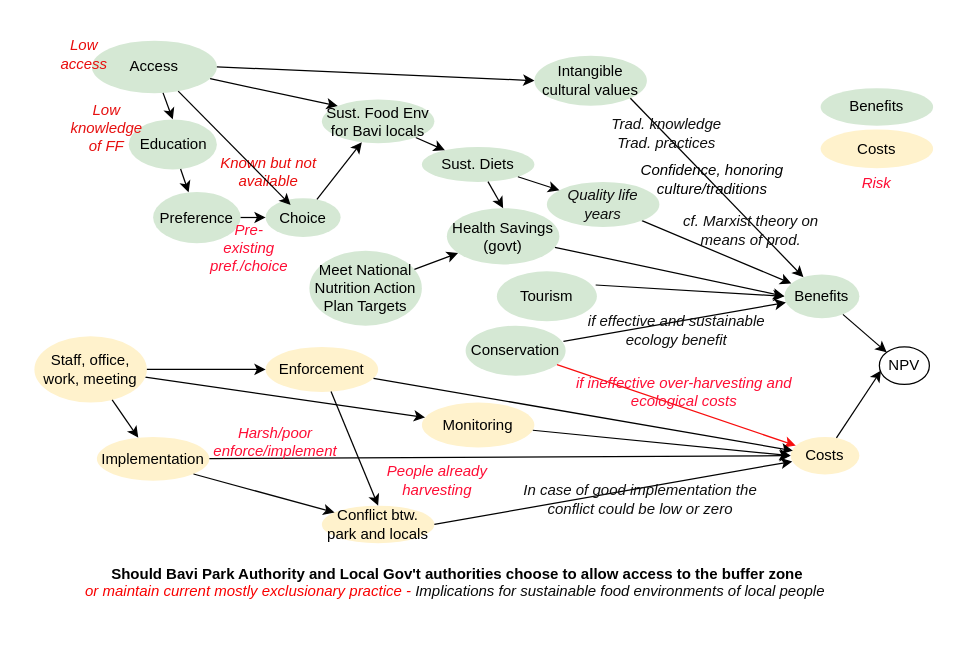
CWWhitney/bavi-forest-access keeps this draw.io diagram as Untitled Diagram.drawio. Above is the earlier version. Source tidied: cells renumbered, new cells numbered last; positions are measured from the earlier drawing's top-left corner, leaving out a move shared by most shapes. Both pictures are drawn from the tidied source at 125%, with x=0, y=0 at pixel (34, 40).
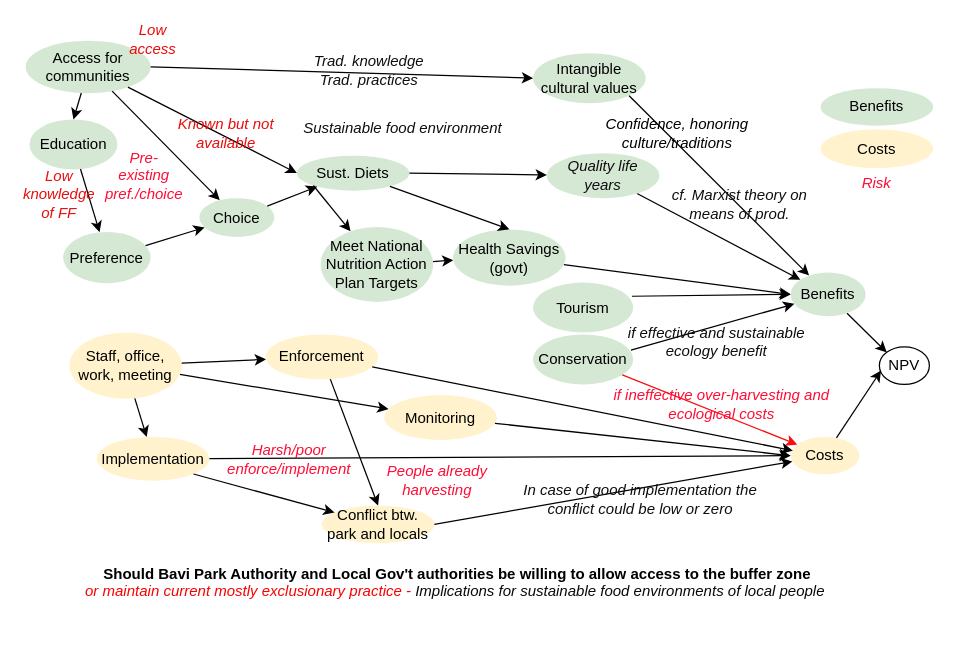
Above is the later version.

The edit, as a diff of the source:
```diff
@@
     <mxCell id="2" value="Conservation" style="ellipse;whiteSpace=wrap;html=1;fillColor=#d5e8d4;strokeColor=none;" parent="1" vertex="1">
-      <mxGeometry x="345" y="228" width="80" height="40" as="geometry" />
+      <mxGeometry x="399" y="235" width="80" height="40" as="geometry" />
     </mxCell>
@@
     <mxCell id="4" value="Sust. Diets" style="ellipse;whiteSpace=wrap;html=1;fillColor=#d5e8d4;strokeColor=none;" parent="1" vertex="1">
-      <mxGeometry x="310" y="85" width="90" height="28" as="geometry" />
+      <mxGeometry x="210" y="92" width="90" height="28" as="geometry" />
     </mxCell>
-    <mxCell id="5" style="rounded=0;jettySize=auto;html=1;" parent="1" edge="1" source="6" target="4">
-      <mxGeometry relative="1" as="geometry" />
-    </mxCell>
-    <mxCell id="6" value="Sust. Food Env for Bavi locals" style="ellipse;whiteSpace=wrap;html=1;fillColor=#d5e8d4;strokeColor=none;" parent="1" vertex="1">
-      <mxGeometry x="230" y="47" width="90" height="35" as="geometry" />
-    </mxCell>
+    <mxCell id="66" style="rounded=0;jettySize=auto;html=1;exitX=0;exitY=1;exitDx=0;exitDy=0;" parent="1" edge="1" source="4" target="24">
+      <mxGeometry relative="1" as="geometry" />
+    </mxCell>
@@
     <mxCell id="8" value="&lt;span style=&quot;color: rgb(15, 15, 15); font-style: italic;&quot;&gt;Quality life years&lt;/span&gt;" style="ellipse;whiteSpace=wrap;html=1;fillColor=#d5e8d4;strokeColor=none;" parent="1" vertex="1">
-      <mxGeometry x="410" y="113" width="90" height="36" as="geometry" />
+      <mxGeometry x="410" y="90" width="90" height="36" as="geometry" />
     </mxCell>
@@
     <mxCell id="10" value="Health Savings (govt)" style="ellipse;whiteSpace=wrap;html=1;fillColor=#d5e8d4;strokeColor=none;" parent="1" vertex="1">
-      <mxGeometry x="330" y="134" width="90" height="45" as="geometry" />
+      <mxGeometry x="335" y="151" width="90" height="45" as="geometry" />
     </mxCell>
@@
-    <mxCell id="12" value="Access" style="ellipse;whiteSpace=wrap;html=1;fillColor=#d5e8d4;strokeColor=none;" parent="1" vertex="1">
-      <mxGeometry x="46" width="100" height="42" as="geometry" />
+    <mxCell id="12" value="Access for communities" style="ellipse;whiteSpace=wrap;html=1;fillColor=#d5e8d4;strokeColor=none;" parent="1" vertex="1">
+      <mxGeometry x="-7" width="100" height="42" as="geometry" />
     </mxCell>
     <mxCell id="13" value="Choice" style="ellipse;whiteSpace=wrap;html=1;fillColor=#d5e8d4;strokeColor=none;" parent="1" vertex="1">
-      <mxGeometry x="185" y="126" width="60" height="31" as="geometry" />
+      <mxGeometry x="132" y="126" width="60" height="31" as="geometry" />
     </mxCell>
     <mxCell id="14" value="Preference" style="ellipse;whiteSpace=wrap;html=1;fillColor=#d5e8d4;strokeColor=none;" parent="1" vertex="1">
-      <mxGeometry x="95" y="121" width="70" height="41" as="geometry" />
+      <mxGeometry x="23" y="153" width="70" height="41" as="geometry" />
     </mxCell>
@@
     <mxCell id="18" value="Benefits" style="ellipse;whiteSpace=wrap;html=1;fillColor=#d5e8d4;strokeColor=none;" parent="1" vertex="1">
-      <mxGeometry x="600" y="187" width="60" height="35" as="geometry" />
+      <mxGeometry x="605" y="185.5" width="60" height="35" as="geometry" />
     </mxCell>
-    <mxCell id="19" style="rounded=0;jettySize=auto;html=1;exitX=1;exitY=1;exitDx=0;exitDy=0;" parent="1" edge="1" source="4" target="8">
+    <mxCell id="19" style="rounded=0;jettySize=auto;html=1;exitX=1;exitY=0.5;exitDx=0;exitDy=0;" parent="1" edge="1" source="4" target="8">
       <mxGeometry relative="1" as="geometry" />
     </mxCell>
@@
-    <mxCell id="21" style="rounded=0;jettySize=auto;html=1;" parent="1" edge="1" source="13" target="6">
+    <mxCell id="21" style="rounded=0;jettySize=auto;html=1;" parent="1" edge="1" source="13" target="4">
       <mxGeometry relative="1" as="geometry" />
     </mxCell>
-    <mxCell id="22" style="rounded=0;jettySize=auto;html=1;entryX=0;entryY=0;entryDx=0;entryDy=0;" parent="1" edge="1" source="12" target="6">
+    <mxCell id="22" style="rounded=0;jettySize=auto;html=1;entryX=0;entryY=0.5;entryDx=0;entryDy=0;" parent="1" edge="1" source="12" target="4">
       <mxGeometry relative="1" as="geometry" />
     </mxCell>
@@
     <mxCell id="24" value="Meet National Nutrition Action Plan Targets" style="ellipse;whiteSpace=wrap;html=1;fillColor=#d5e8d4;strokeColor=none;" parent="1" vertex="1">
-      <mxGeometry x="220" y="168" width="90" height="60" as="geometry" />
+      <mxGeometry x="229" y="149" width="90" height="60" as="geometry" />
     </mxCell>
@@
-    <mxCell id="26" value="&lt;b&gt;Should Bavi Park Authority and Local Gov't authorities choose to allow access to the buffer zone&lt;/b&gt;&lt;br&gt;&lt;i&gt;&lt;font color=&quot;#f90101&quot;&gt;or maintain current mostly exclusionary practice - &lt;/font&gt;&lt;font color=&quot;#0a0a0a&quot;&gt;Implications for sustainable food environments of local people&lt;/font&gt;&lt;font color=&quot;#f90101&quot;&gt;&amp;nbsp;&lt;/font&gt;&lt;/i&gt;&lt;i style=&quot;&quot;&gt;&lt;br&gt;&lt;/i&gt;&lt;div&gt;&lt;br&gt;&lt;/div&gt;" style="text;html=1;align=center;verticalAlign=middle;strokeColor=none;fillColor=none;" parent="1" vertex="1">
+    <mxCell id="26" value="&lt;b&gt;Should Bavi Park Authority and Local Gov't authorities be willing to allow access to the buffer zone&lt;/b&gt;&lt;br&gt;&lt;i&gt;&lt;font color=&quot;#f90101&quot;&gt;or maintain current mostly exclusionary practice - &lt;/font&gt;&lt;font color=&quot;#0a0a0a&quot;&gt;Implications for sustainable food environments of local people&lt;/font&gt;&lt;font color=&quot;#f90101&quot;&gt;&amp;nbsp;&lt;/font&gt;&lt;/i&gt;&lt;i style=&quot;&quot;&gt;&lt;br&gt;&lt;/i&gt;&lt;div&gt;&lt;br&gt;&lt;/div&gt;" style="text;html=1;align=center;verticalAlign=middle;strokeColor=none;fillColor=none;" parent="1" vertex="1">
       <mxGeometry x="28" y="411" width="620" height="60" as="geometry" />
     </mxCell>
     <mxCell id="27" value="Low access" style="text;html=1;align=center;verticalAlign=middle;whiteSpace=wrap;rounded=0;fontFamily=Helvetica;fontSize=12;fontStyle=2;fontColor=#e90c0c;" parent="1" vertex="1">
-      <mxGeometry x="9.5" width="60" height="22" as="geometry" />
+      <mxGeometry x="65" y="-12" width="60" height="22" as="geometry" />
     </mxCell>
     <mxCell id="28" value="Pre-existing pref./choice" style="text;html=1;align=center;verticalAlign=middle;whiteSpace=wrap;rounded=0;fontColor=#FF0D35;fontStyle=2;" parent="1" vertex="1">
-      <mxGeometry x="142" y="146" width="60" height="40" as="geometry" />
+      <mxGeometry x="58" y="88" width="60" height="40" as="geometry" />
     </mxCell>
     <mxCell id="29" value="Intangible cultural values" style="ellipse;whiteSpace=wrap;html=1;fillColor=#d5e8d4;strokeColor=none;" parent="1" vertex="1">
-      <mxGeometry x="400" y="12" width="90" height="40" as="geometry" />
+      <mxGeometry x="399" y="10" width="90" height="40" as="geometry" />
     </mxCell>
@@
     <mxCell id="34" value="Enforcement" style="ellipse;whiteSpace=wrap;html=1;fillColor=#fff2cc;strokeColor=none;" parent="1" vertex="1">
-      <mxGeometry x="185" y="245" width="90" height="36" as="geometry" />
+      <mxGeometry x="185" y="235" width="90" height="36" as="geometry" />
     </mxCell>
@@
     <mxCell id="44" value="Harsh/poor&lt;div&gt;enforce/implement&lt;/div&gt;" style="text;html=1;align=center;verticalAlign=middle;whiteSpace=wrap;rounded=0;fontColor=#FF0D35;fontStyle=2;" parent="1" vertex="1">
-      <mxGeometry x="150" y="301" width="85.5" height="40" as="geometry" />
+      <mxGeometry x="161" y="315" width="85.5" height="40" as="geometry" />
     </mxCell>
     <mxCell id="45" value="&lt;div&gt;Known but not available&lt;/div&gt;" style="text;html=1;align=center;verticalAlign=middle;whiteSpace=wrap;rounded=0;fontFamily=Helvetica;fontSize=12;fontStyle=2;fontColor=#e90c0c;" parent="1" vertex="1">
-      <mxGeometry x="140" y="94" width="94.5" height="22" as="geometry" />
+      <mxGeometry x="105.5" y="63" width="94.5" height="22" as="geometry" />
     </mxCell>
@@
     <mxCell id="48" value="Staff, office, work, meeting" style="ellipse;whiteSpace=wrap;html=1;fillColor=#fff2cc;strokeColor=none;" parent="1" vertex="1">
-      <mxGeometry y="236.5" width="90" height="53" as="geometry" />
+      <mxGeometry x="28" y="233.5" width="90" height="53" as="geometry" />
     </mxCell>
@@
     <mxCell id="51" value="Monitoring" style="ellipse;whiteSpace=wrap;html=1;fillColor=#fff2cc;strokeColor=none;" parent="1" vertex="1">
-      <mxGeometry x="310" y="289.5" width="90" height="36" as="geometry" />
+      <mxGeometry x="280" y="283.5" width="90" height="36" as="geometry" />
     </mxCell>
@@
     <mxCell id="53" value="&lt;font color=&quot;#0f0f0f&quot;&gt;if effective and sustainable ecology benefit&lt;/font&gt;" style="text;html=1;align=center;verticalAlign=middle;whiteSpace=wrap;rounded=0;fontColor=#FF0D35;fontStyle=2;" parent="1" vertex="1">
-      <mxGeometry x="438" y="212" width="152" height="40" as="geometry" />
+      <mxGeometry x="470" y="220.5" width="152" height="40" as="geometry" />
     </mxCell>
     <mxCell id="54" value="if ineffective over-harvesting and ecological costs" style="text;html=1;align=center;verticalAlign=middle;whiteSpace=wrap;rounded=0;fontColor=#FF0D35;fontStyle=2;" parent="1" vertex="1">
-      <mxGeometry x="430" y="261" width="180" height="40" as="geometry" />
+      <mxGeometry x="460" y="271" width="180" height="40" as="geometry" />
     </mxCell>
     <mxCell id="55" value="&lt;font color=&quot;#0f0f0f&quot;&gt;Trad. knowledge&lt;/font&gt;&lt;div&gt;&lt;font color=&quot;#0f0f0f&quot;&gt;Trad. practices&lt;/font&gt;&lt;/div&gt;" style="text;html=1;align=center;verticalAlign=middle;whiteSpace=wrap;rounded=0;fontColor=#FF0D35;fontStyle=2;" parent="1" vertex="1">
-      <mxGeometry x="430" y="54" width="152" height="40" as="geometry" />
+      <mxGeometry x="192" y="4" width="152" height="40" as="geometry" />
     </mxCell>
     <mxCell id="56" value="&lt;font color=&quot;#0f0f0f&quot;&gt;cf. Marxist theory on means of prod.&lt;/font&gt;" style="text;html=1;align=center;verticalAlign=middle;whiteSpace=wrap;rounded=0;fontColor=#FF0D35;fontStyle=2;" parent="1" vertex="1">
-      <mxGeometry x="509" y="132" width="129" height="40" as="geometry" />
+      <mxGeometry x="500" y="111" width="129" height="40" as="geometry" />
     </mxCell>
     <mxCell id="57" value="Confidence, honoring culture/traditions" style="text;html=1;align=center;verticalAlign=middle;whiteSpace=wrap;rounded=0;fontColor=#000000;fontStyle=2;" parent="1" vertex="1">
-      <mxGeometry x="478" y="91" width="129" height="40" as="geometry" />
+      <mxGeometry x="450" y="54" width="129" height="40" as="geometry" />
     </mxCell>
     <mxCell id="58" value="Tourism" style="ellipse;whiteSpace=wrap;html=1;fillColor=#d5e8d4;strokeColor=none;" parent="1" vertex="1">
-      <mxGeometry x="370" y="184.5" width="80" height="40" as="geometry" />
+      <mxGeometry x="399" y="193.5" width="80" height="40" as="geometry" />
     </mxCell>
@@
     <mxCell id="60" value="Education" style="ellipse;whiteSpace=wrap;html=1;fillColor=#d5e8d4;strokeColor=none;" parent="1" vertex="1">
-      <mxGeometry x="75.5" y="63" width="70.5" height="40" as="geometry" />
+      <mxGeometry x="-4" y="63" width="70.5" height="40" as="geometry" />
     </mxCell>
-    <mxCell id="61" style="rounded=0;jettySize=auto;html=1;entryX=0.333;entryY=0.177;entryDx=0;entryDy=0;entryPerimeter=0;" parent="1" edge="1" source="12" target="13">
+    <mxCell id="61" style="rounded=0;jettySize=auto;html=1;" parent="1" edge="1" source="12" target="13">
       <mxGeometry relative="1" as="geometry" />
     </mxCell>
@@
     <mxCell id="65" value="Low knowledge of FF" style="text;html=1;align=center;verticalAlign=middle;whiteSpace=wrap;rounded=0;fontStyle=2;fontColor=#e60f0f;" parent="1" vertex="1">
-      <mxGeometry x="28" y="50" width="60" height="40" as="geometry" />
+      <mxGeometry x="-10" y="103" width="60" height="40" as="geometry" />
     </mxCell>
+    <mxCell id="67" value="&lt;font color=&quot;#0f0f0f&quot;&gt;Sustainable food environment&lt;/font&gt;" style="text;html=1;align=center;verticalAlign=middle;whiteSpace=wrap;rounded=0;fontColor=#FF0D35;fontStyle=2;" parent="1" vertex="1">
+      <mxGeometry x="200" y="50" width="190" height="40" as="geometry" />
+    </mxCell>
```
